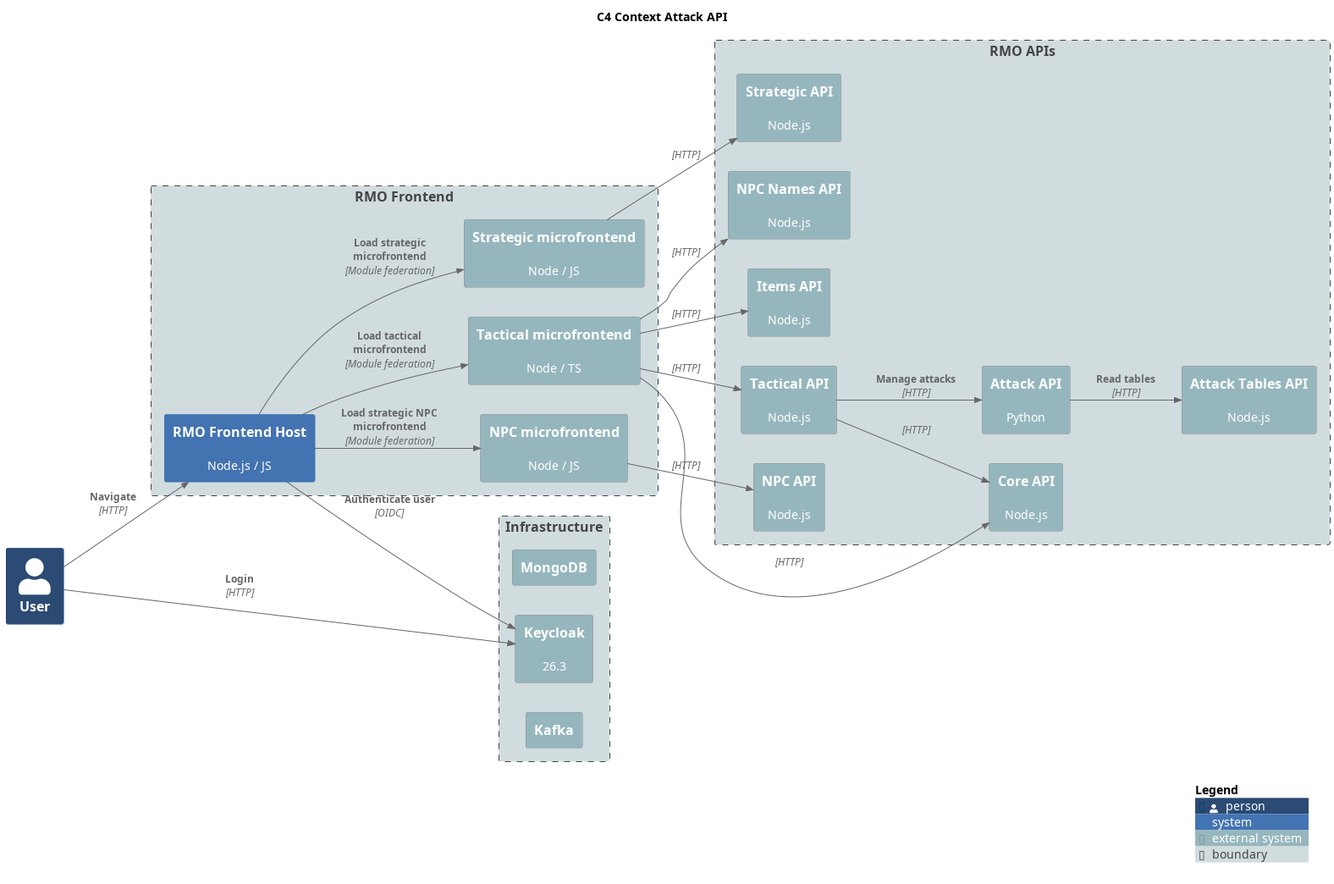
Earlier version of the PlantUML export diagrams/c4-context.png (labcabrera/rmu-mfe-shell).
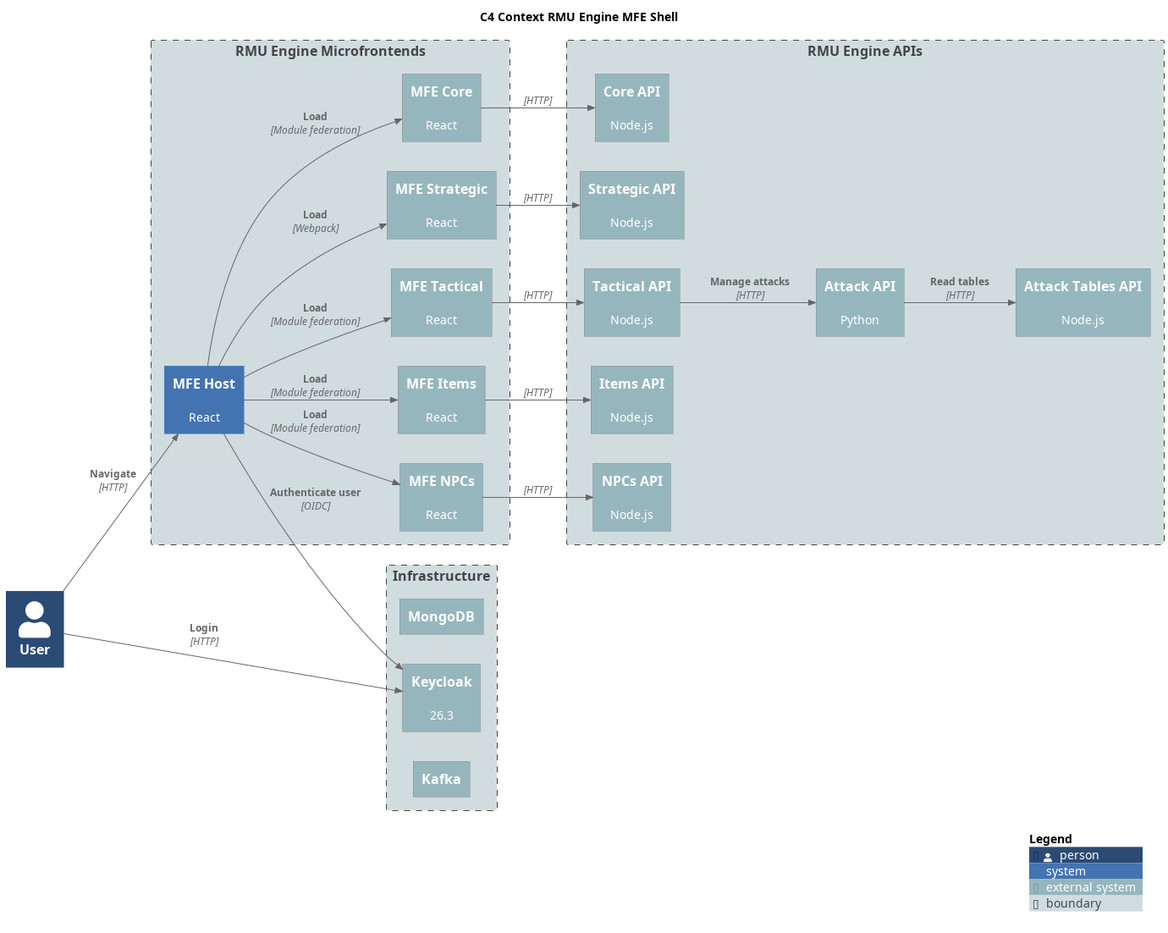
The same diagram one commit later.

The edit, as a diff of the source:
```diff
@@ -1,5 +1,5 @@
-@startuml C4 Context Attack API
-title C4 Context Attack API
+@startuml C4 Context RMU Engine MFE Shell
+title C4 Context RMU Engine MFE Shell
 
 !include https://raw.githubusercontent.com/plantuml-stdlib/C4-PlantUML/master/C4_Context.puml
 
@@ -12,19 +12,20 @@
 
 Person(user, "User")
 
-Boundary(frontend, "RMO Frontend") {
-    System(rmu_fe_host, "RMO Frontend Host", "Node.js / JS")
-    System_Ext(rmu_fe_strategic, "Strategic microfrontend", "Node / JS")
-    System_Ext(rmu_fe_tactical, "Tactical microfrontend", "Node / TS")
-    System_Ext(rmu_fe_npc, "NPC microfrontend", "Node / JS")
+Boundary(frontend, "RMU Engine Microfrontends") {
+    System(rmu_mfe_shell, "MFE Host", "React")
+    System_Ext(rmu_mfe_core, "MFE Core", "React")
+    System_Ext(rmu_mfe_strategic, "MFE Strategic", "React")
+    System_Ext(rmu_mfe_tactical, "MFE Tactical", "React")
+    System_Ext(rmu_mfe_items, "MFE Items", "React")
+    System_Ext(rmu_mfe_npc, "MFE NPCs", "React")
 }
 
-Boundary(apis, "RMO APIs") {
+Boundary(apis, "RMU Engine APIs") {
     System_Ext(rmu_api_core, "Core API", "Node.js")
     System_Ext(rmu_api_strategic, "Strategic API", "Node.js")
     System_Ext(rmu_api_tactical, "Tactical API", "Node.js")
-    System_Ext(rmu_api_npc, "NPC API", "Node.js")
-    System_Ext(rmu_api_npc_names, "NPC Names API", "Node.js")
+    System_Ext(rmu_api_npc, "NPCs API", "Node.js")
     System_Ext(rmu_api_attack, "Attack API", "Python")
     System_Ext(rmu_api_items, "Items API", "Node.js")
     System_Ext(rmu_api_attack_tables, "Attack Tables API", "Node.js")
@@ -36,35 +37,30 @@
     System_Ext(kafka, "Kafka", "")
 }
 
-Rel(user, rmu_fe_host, "Navigate", "HTTP")
+Rel(user, rmu_mfe_shell, "Navigate", "HTTP")
 Rel(user, keycloak, "Login", "HTTP")
 
+Rel(rmu_mfe_shell, keycloak, "Authenticate user", "OIDC")
 
-Rel(rmu_fe_host, rmu_fe_strategic, "Load strategic microfrontend", "Module federation")
-Rel(rmu_fe_host, rmu_fe_tactical, "Load tactical microfrontend", "Module federation")
-Rel(rmu_fe_host, rmu_fe_npc, "Load strategic NPC microfrontend", "Module federation")
-Rel(rmu_fe_host, keycloak, "Authenticate user", "OIDC")
+Rel(rmu_mfe_shell, rmu_mfe_core, "Load", "Module federation")
+Rel(rmu_mfe_shell, rmu_mfe_strategic, "Load", "Webpack")
+Rel(rmu_mfe_shell, rmu_mfe_tactical, "Load", "Module federation")
+Rel(rmu_mfe_shell, rmu_mfe_npc, "Load", "Module federation")
+Rel(rmu_mfe_shell, rmu_mfe_items, "Load", "Module federation")
 
-Rel(rmu_fe_strategic, rmu_api_strategic, "", "HTTP")
+Rel(rmu_mfe_core, rmu_api_core, "", "HTTP")
 
-Rel(rmu_fe_tactical, rmu_api_tactical, "", "HTTP")
-Rel(rmu_fe_tactical, rmu_api_core, "", "HTTP")
-Rel(rmu_fe_tactical, rmu_api_items, "", "HTTP")
-Rel(rmu_fe_tactical, rmu_api_npc_names, "", "HTTP")
+Rel(rmu_mfe_strategic, rmu_api_strategic, "", "HTTP")
 
-Rel(rmu_fe_npc, rmu_api_npc, "", "HTTP")
+Rel(rmu_mfe_tactical, rmu_api_tactical, "", "HTTP")
 
+Rel(rmu_mfe_items, rmu_api_items, "", "HTTP")
 
-
+Rel(rmu_mfe_npc, rmu_api_npc, "", "HTTP")
 
 Rel(rmu_api_tactical, rmu_api_attack, "Manage attacks", "HTTP")
-Rel(rmu_api_tactical, rmu_api_core, "", "HTTP")
-
-
 
 Rel(rmu_api_attack, rmu_api_attack_tables, "Read tables", "HTTP")
-
-
 
 SHOW_LEGEND()
 
```
